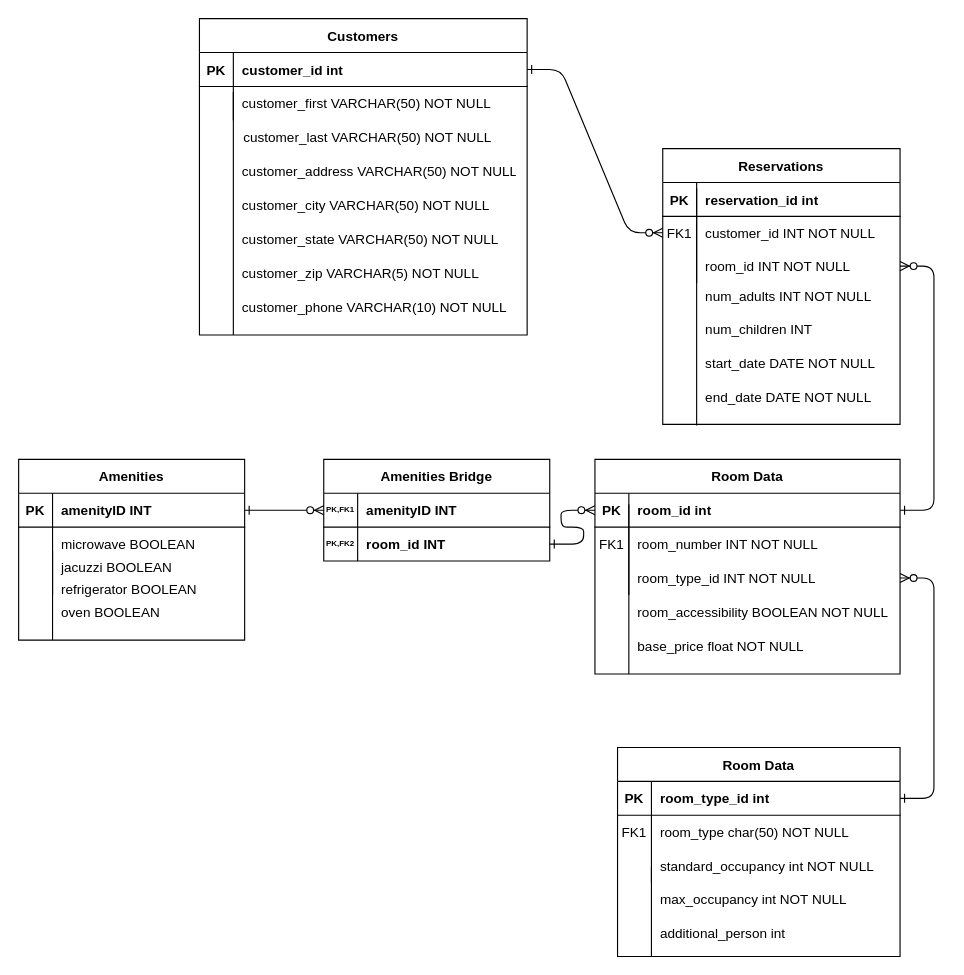
Above: Untitled Diagram.drawio in Harsh-Patel73/C296 (draw.io), before the change. Source tidied: cells renumbered, new cells numbered last; positions are measured from the earlier drawing's top-left corner, leaving out a move shared by most shapes. Both pictures are drawn from the tidied source at 113%, with x=0, y=0 at pixel (18, 18).
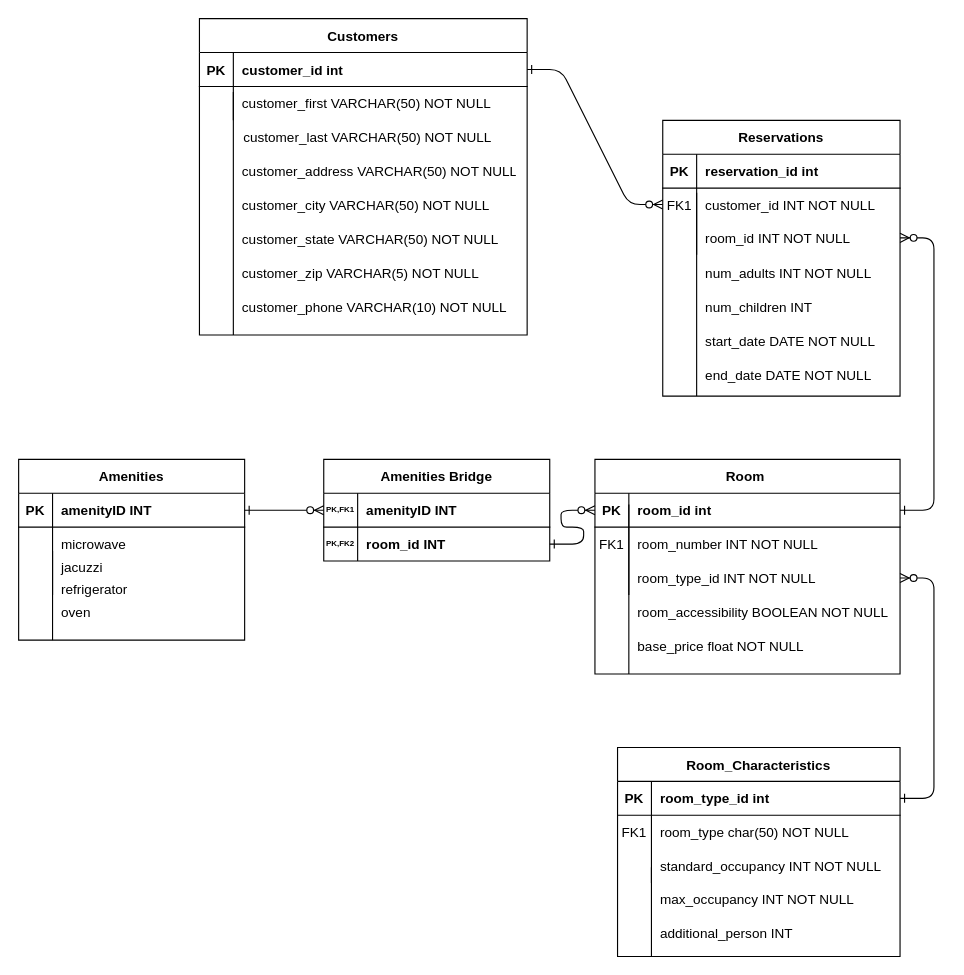
After the change.

Commit message:
Hotel ERD Diagram.drawio

Unchanged cells that the change refers to:
```xml
<mxCell id="72" style="shape=partialRectangle;fillColor=none;top=0;left=0;right=0;bottom=0;" parent="68" vertex="1">
  <mxGeometry y="60" width="200" height="30" as="geometry" />
</mxCell>
```

The edit, as a diff of the source:
```diff
@@
     <mxCell id="4" value="Reservations" style="shape=table;startSize=30;childLayout=tableLayout;rowLines=0;fontStyle=1;align=center;" parent="1" vertex="1">
-      <mxGeometry x="570" y="115" width="210" height="244" as="geometry" />
+      <mxGeometry x="570" y="90" width="210" height="244" as="geometry" />
     </mxCell>
@@
-    <mxCell id="14" value="Room Data" style="shape=table;startSize=30;childLayout=tableLayout;rowLines=0;fontStyle=1;align=center;" parent="1" vertex="1">
+    <mxCell id="14" value="Room " style="shape=table;startSize=30;childLayout=tableLayout;rowLines=0;fontStyle=1;align=center;" parent="1" vertex="1">
       <mxGeometry x="510" y="390" width="270" height="190" as="geometry" />
     </mxCell>
@@
     <mxCell id="37" value="num_children INT" style="shape=partialRectangle;overflow=hidden;fillColor=none;top=0;left=0;bottom=0;right=0;align=left;spacingLeft=6;" parent="1" vertex="1">
-      <mxGeometry x="600" y="260" width="220" height="30" as="geometry" />
+      <mxGeometry x="600" y="240" width="220" height="30" as="geometry" />
     </mxCell>
     <mxCell id="38" value="start_date DATE NOT NULL" style="shape=partialRectangle;overflow=hidden;fillColor=none;top=0;left=0;bottom=0;right=0;align=left;spacingLeft=6;" parent="1" vertex="1">
-      <mxGeometry x="600" y="290" width="220" height="30" as="geometry" />
+      <mxGeometry x="600" y="270" width="220" height="30" as="geometry" />
     </mxCell>
     <mxCell id="39" value="end_date DATE NOT NULL" style="shape=partialRectangle;overflow=hidden;fillColor=none;top=0;left=0;bottom=0;right=0;align=left;spacingLeft=6;" parent="1" vertex="1">
-      <mxGeometry x="600" y="320" width="220" height="30" as="geometry" />
+      <mxGeometry x="600" y="300" width="220" height="30" as="geometry" />
     </mxCell>
@@
     <mxCell id="42" style="endArrow=none;html=1;rounded=0;" parent="1" edge="1">
       <mxGeometry relative="1" as="geometry">
-        <mxPoint x="600" y="360" as="sourcePoint" />
-        <mxPoint x="600" y="150" as="targetPoint" />
+        <mxPoint x="600" y="334" as="sourcePoint" />
+        <mxPoint x="600" y="154" as="targetPoint" />
       </mxGeometry>
     </mxCell>
@@
     <mxCell id="44" style="shape=partialRectangle;fillColor=none;top=0;left=0;right=0;bottom=0;" parent="1" vertex="1">
-      <mxGeometry x="570" y="230" width="250" height="30" as="geometry" />
+      <mxGeometry x="570" y="210" width="250" height="30" as="geometry" />
     </mxCell>
@@
-    <mxCell id="50" value="Room Data" style="shape=table;startSize=30;childLayout=tableLayout;rowLines=0;fontStyle=1;align=center;" parent="1" vertex="1">
+    <mxCell id="50" value="Room_Characteristics" style="shape=table;startSize=30;childLayout=tableLayout;rowLines=0;fontStyle=1;align=center;" parent="1" vertex="1">
       <mxGeometry x="530" y="645" width="250" height="185" as="geometry" />
     </mxCell>
@@
-    <mxCell id="60" value="max_occupancy int NOT NULL" style="shape=partialRectangle;overflow=hidden;fillColor=none;top=0;left=0;bottom=0;right=0;align=left;spacingLeft=6;" parent="1" vertex="1">
+    <mxCell id="60" value="max_occupancy INT NOT NULL" style="shape=partialRectangle;overflow=hidden;fillColor=none;top=0;left=0;bottom=0;right=0;align=left;spacingLeft=6;" parent="1" vertex="1">
       <mxGeometry x="560" y="764" width="220" height="30" as="geometry" />
     </mxCell>
-    <mxCell id="61" value="additional_person int" style="shape=partialRectangle;overflow=hidden;fillColor=none;top=0;left=0;bottom=0;right=0;align=left;spacingLeft=6;" parent="1" vertex="1">
+    <mxCell id="61" value="additional_person INT" style="shape=partialRectangle;overflow=hidden;fillColor=none;top=0;left=0;bottom=0;right=0;align=left;spacingLeft=6;" parent="1" vertex="1">
       <mxGeometry x="560" y="794" width="220" height="30" as="geometry" />
     </mxCell>
@@
-    <mxCell id="64" value="standard_occupancy int NOT NULL" style="shape=partialRectangle;overflow=hidden;fillColor=none;top=0;left=0;bottom=0;right=0;align=left;spacingLeft=6;" parent="1" vertex="1">
+    <mxCell id="64" value="standard_occupancy INT NOT NULL" style="shape=partialRectangle;overflow=hidden;fillColor=none;top=0;left=0;bottom=0;right=0;align=left;spacingLeft=6;" parent="1" vertex="1">
       <mxGeometry x="560" y="735" width="220" height="30" as="geometry" />
     </mxCell>
@@
-    <mxCell id="74" value="microwave BOOLEAN" style="shape=partialRectangle;overflow=hidden;fillColor=none;top=0;left=0;bottom=0;right=0;align=left;spacingLeft=6;" parent="72" vertex="1">
+    <mxCell id="74" value="microwave " style="shape=partialRectangle;overflow=hidden;fillColor=none;top=0;left=0;bottom=0;right=0;align=left;spacingLeft=6;" parent="72" vertex="1">
       <mxGeometry x="30" width="170" height="30" as="geometry" />
     </mxCell>
@@
-    <mxCell id="87" value="jacuzzi BOOLEAN" style="shape=partialRectangle;overflow=hidden;fillColor=none;top=0;left=0;bottom=0;right=0;align=left;spacingLeft=6;" parent="1" vertex="1">
+    <mxCell id="87" value="jacuzzi " style="shape=partialRectangle;overflow=hidden;fillColor=none;top=0;left=0;bottom=0;right=0;align=left;spacingLeft=6;" parent="1" vertex="1">
       <mxGeometry x="30" y="470" width="170" height="30" as="geometry" />
     </mxCell>
-    <mxCell id="88" value="refrigerator BOOLEAN" style="shape=partialRectangle;overflow=hidden;fillColor=none;top=0;left=0;bottom=0;right=0;align=left;spacingLeft=6;" parent="1" vertex="1">
+    <mxCell id="88" value="refrigerator " style="shape=partialRectangle;overflow=hidden;fillColor=none;top=0;left=0;bottom=0;right=0;align=left;spacingLeft=6;" parent="1" vertex="1">
       <mxGeometry x="30" y="490" width="170" height="30" as="geometry" />
     </mxCell>
-    <mxCell id="89" value="oven BOOLEAN" style="shape=partialRectangle;overflow=hidden;fillColor=none;top=0;left=0;bottom=0;right=0;align=left;spacingLeft=6;" parent="1" vertex="1">
+    <mxCell id="89" value="oven " style="shape=partialRectangle;overflow=hidden;fillColor=none;top=0;left=0;bottom=0;right=0;align=left;spacingLeft=6;" parent="1" vertex="1">
       <mxGeometry x="30" y="510" width="170" height="30" as="geometry" />
     </mxCell>
```
